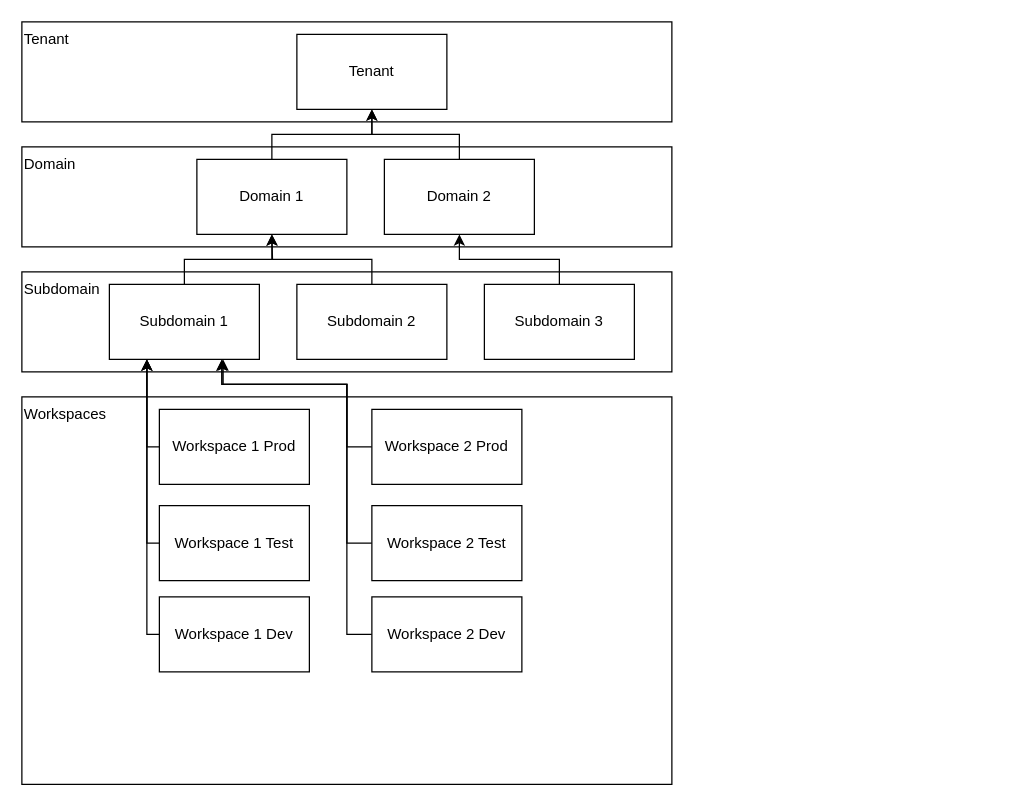
jugi92/useful_architectures keeps this draw.io diagram as page "Fabric Hierarchy" (2 of 3) of Fabric.drawio. Above is the earlier version. Source tidied: cells renumbered, new cells numbered last; positions are measured from the earlier drawing's top-left corner, leaving out a move shared by most shapes. Both pictures are drawn from the tidied source at 125%, with x=0, y=0 at pixel (21, 21).
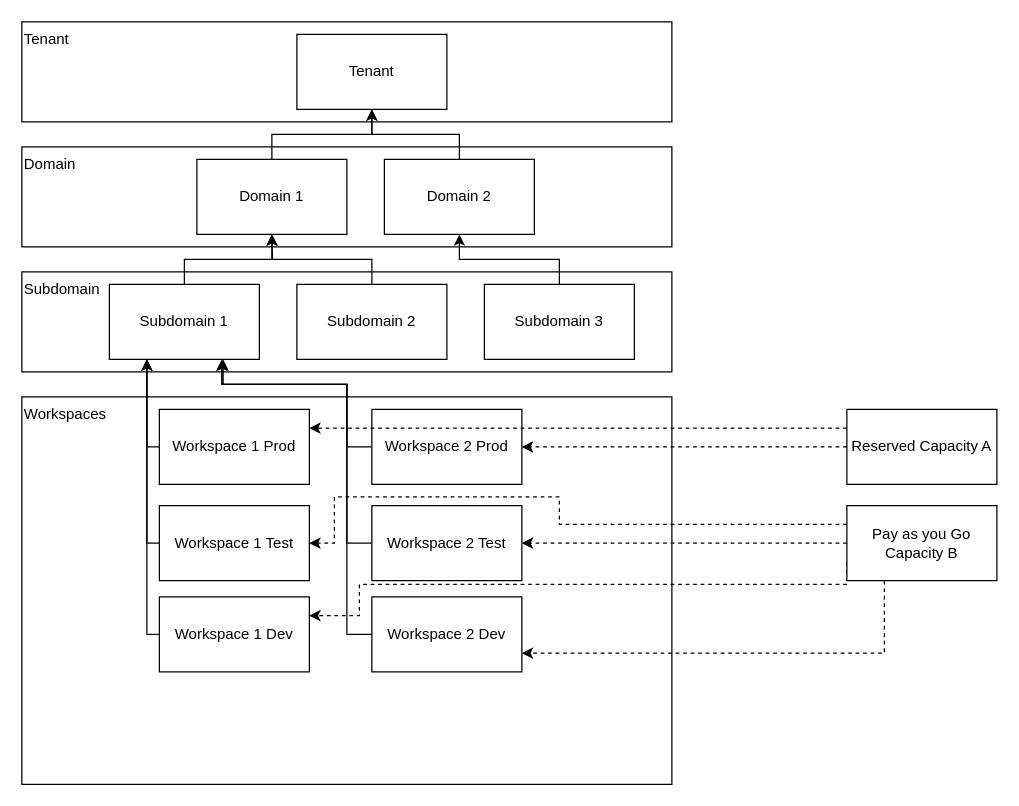
Above is the later version.

The change refers to these unchanged cells:
```xml
<mxCell id="18" value="Workspace 1 Prod" style="rounded=0;whiteSpace=wrap;html=1;" parent="1" vertex="1">
  <mxGeometry x="110" y="310" width="120" height="60" as="geometry" />
</mxCell>
<mxCell id="20" value="Workspace 1 Dev" style="rounded=0;whiteSpace=wrap;html=1;" parent="1" vertex="1">
  <mxGeometry x="110" y="460" width="120" height="60" as="geometry" />
</mxCell>
<mxCell id="22" value="Workspace 1 Test" style="rounded=0;whiteSpace=wrap;html=1;" parent="1" vertex="1">
  <mxGeometry x="110" y="387" width="120" height="60" as="geometry" />
</mxCell>
<mxCell id="24" value="Workspace 2 Prod" style="rounded=0;whiteSpace=wrap;html=1;" parent="1" vertex="1">
  <mxGeometry x="280" y="310" width="120" height="60" as="geometry" />
</mxCell>
<mxCell id="26" value="Workspace 2 Dev" style="rounded=0;whiteSpace=wrap;html=1;" parent="1" vertex="1">
  <mxGeometry x="280" y="460" width="120" height="60" as="geometry" />
</mxCell>
<mxCell id="28" value="Workspace 2 Test" style="rounded=0;whiteSpace=wrap;html=1;" parent="1" vertex="1">
  <mxGeometry x="280" y="387" width="120" height="60" as="geometry" />
</mxCell>
```

The edit, as a diff of the source:
```diff
@@
+    <mxCell id="29" style="edgeStyle=orthogonalEdgeStyle;rounded=0;jettySize=auto;html=1;exitX=0;exitY=0.5;exitDx=0;exitDy=0;entryX=1;entryY=0.5;entryDx=0;entryDy=0;dashed=1;" parent="1" edge="1" source="31" target="24">
+      <mxGeometry relative="1" as="geometry" />
+    </mxCell>
+    <mxCell id="30" style="edgeStyle=orthogonalEdgeStyle;rounded=0;jettySize=auto;html=1;exitX=0;exitY=0.25;exitDx=0;exitDy=0;entryX=1;entryY=0.25;entryDx=0;entryDy=0;dashed=1;" parent="1" edge="1" source="31" target="18">
+      <mxGeometry relative="1" as="geometry" />
+    </mxCell>
+    <mxCell id="31" value="Reserved Capacity A" style="rounded=0;whiteSpace=wrap;html=1;" parent="1" vertex="1">
+      <mxGeometry x="660" y="310" width="120" height="60" as="geometry" />
+    </mxCell>
+    <mxCell id="32" style="edgeStyle=orthogonalEdgeStyle;rounded=0;jettySize=auto;html=1;exitX=0;exitY=0.5;exitDx=0;exitDy=0;entryX=1;entryY=0.5;entryDx=0;entryDy=0;dashed=1;" parent="1" edge="1" source="36" target="28">
+      <mxGeometry relative="1" as="geometry" />
+    </mxCell>
+    <mxCell id="33" style="edgeStyle=orthogonalEdgeStyle;rounded=0;jettySize=auto;html=1;exitX=0;exitY=0.25;exitDx=0;exitDy=0;entryX=1;entryY=0.5;entryDx=0;entryDy=0;dashed=1;" parent="1" edge="1" source="36" target="22">
+      <mxGeometry relative="1" as="geometry">
+        <Array as="points">
+          <mxPoint x="430" y="402" />
+          <mxPoint x="430" y="380" />
+          <mxPoint x="250" y="380" />
+          <mxPoint x="250" y="417" />
+        </Array>
+      </mxGeometry>
+    </mxCell>
+    <mxCell id="34" style="edgeStyle=orthogonalEdgeStyle;rounded=0;jettySize=auto;html=1;exitX=0;exitY=0.75;exitDx=0;exitDy=0;entryX=1;entryY=0.25;entryDx=0;entryDy=0;dashed=1;" parent="1" edge="1" source="36" target="20">
+      <mxGeometry relative="1" as="geometry">
+        <Array as="points">
+          <mxPoint x="660" y="450" />
+          <mxPoint x="270" y="450" />
+          <mxPoint x="270" y="475" />
+        </Array>
+      </mxGeometry>
+    </mxCell>
+    <mxCell id="35" style="edgeStyle=orthogonalEdgeStyle;rounded=0;jettySize=auto;html=1;exitX=0.25;exitY=1;exitDx=0;exitDy=0;entryX=1;entryY=0.75;entryDx=0;entryDy=0;dashed=1;" parent="1" edge="1" source="36" target="26">
+      <mxGeometry relative="1" as="geometry" />
+    </mxCell>
+    <mxCell id="36" value="Pay as you Go&lt;div&gt;Capacity B&lt;/div&gt;" style="rounded=0;whiteSpace=wrap;html=1;" parent="1" vertex="1">
+      <mxGeometry x="660" y="387" width="120" height="60" as="geometry" />
+    </mxCell>
```
